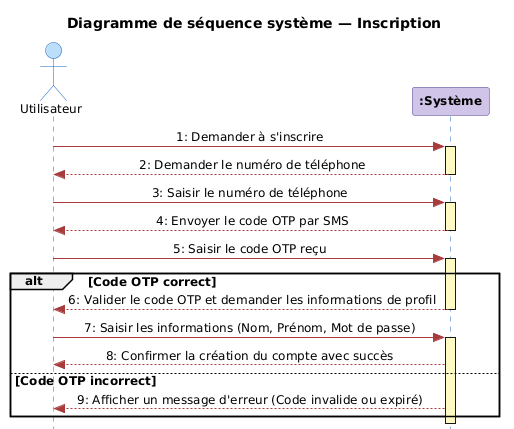
The PlantUML diagram figures/fig_sequence_inscription.png in Belhormamohamed13/Memiore_RohWinBghit, before a commit.
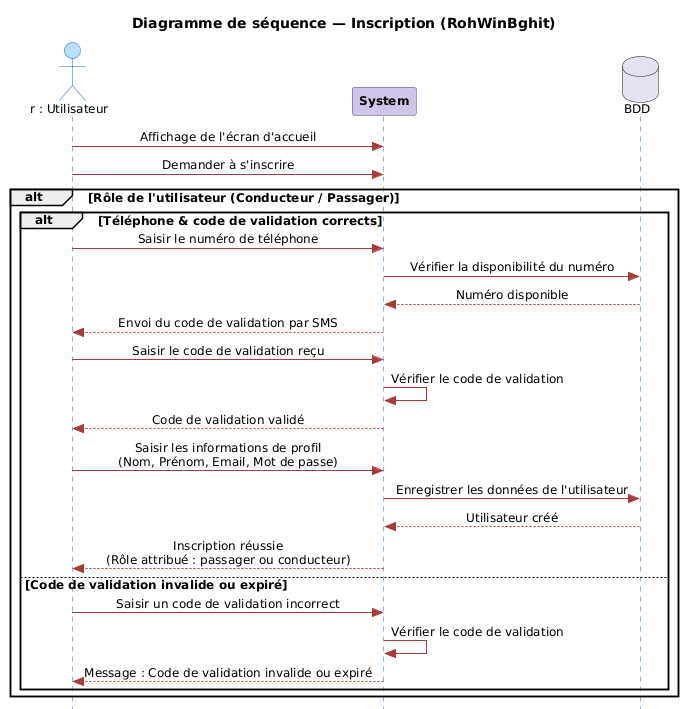
Above is the later version.

Diff of the diagram source:
```diff
@@ -14,34 +14,38 @@
   ParticipantBorderColor #4B3A8B
   ParticipantBackgroundColor #D1C4E9
   ParticipantFontStyle bold
+  DatabaseBorderColor #F9A825
+  DatabaseBackgroundColor #FFF9C4
 }
 
-title Diagramme de séquence système — Inscription
+title Diagramme de séquence — Inscription (RohWinBghit)
 
-actor "Utilisateur" as U
-participant ":Système" as S
+actor "r : Utilisateur" as U
+participant "System" as S
+database "BDD" as DB
 
-U -> S : 1: Demander à s'inscrire
-activate S
-S --> U : 2: Demander le numéro de téléphone
-deactivate S
+U -> S : Affichage de l'écran d'accueil
+U -> S : Demander à s'inscrire
 
-U -> S : 3: Saisir le numéro de téléphone
-activate S
-S --> U : 4: Envoyer le code OTP par SMS
-deactivate S
+alt Rôle de l'utilisateur (Conducteur / Passager)
 
-U -> S : 5: Saisir le code OTP reçu
-activate S
+  alt Téléphone & code de validation corrects
+    U -> S : Saisir le numéro de téléphone
+    S -> DB : Vérifier la disponibilité du numéro
+    DB --> S : Numéro disponible
+    S --> U : Envoi du code de validation par SMS
+    U -> S : Saisir le code de validation reçu
+    S -> S : Vérifier le code de validation
+    S --> U : Code de validation validé
+    U -> S : Saisir les informations de profil\n(Nom, Prénom, Email, Mot de passe)
+    S -> DB : Enregistrer les données de l'utilisateur
+    DB --> S : Utilisateur créé
+    S --> U : Inscription réussie\n(Rôle attribué : passager ou conducteur)
+  else Code de validation invalide ou expiré
+    U -> S : Saisir un code de validation incorrect
+    S -> S : Vérifier le code de validation
+    S --> U : Message : Code de validation invalide ou expiré
+  end
 
-alt Code OTP correct
-  S --> U : 6: Valider le code OTP et demander les informations de profil
-  deactivate S
-  U -> S : 7: Saisir les informations (Nom, Prénom, Mot de passe)
-  activate S
-  S --> U : 8: Confirmer la création du compte avec succès
-else Code OTP incorrect
-  S --> U : 9: Afficher un message d'erreur (Code invalide ou expiré)
 end
-deactivate S
 @enduml
```
